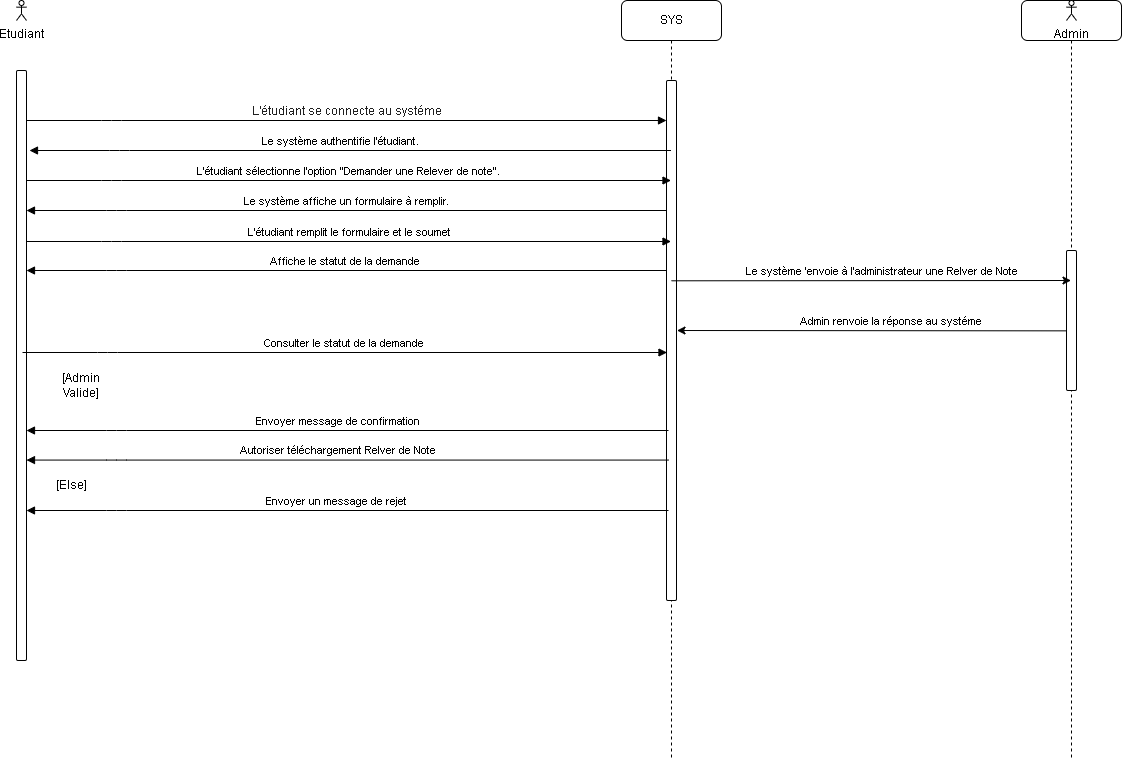
Earlier version of the draw.io export RelverDeNote.drawio.png (elm-dak/uml-gestion-scolaire). Source tidied: cells renumbered, new cells last; positions are measured from the earlier drawing's top-left corner, leaving out a move shared by most shapes.
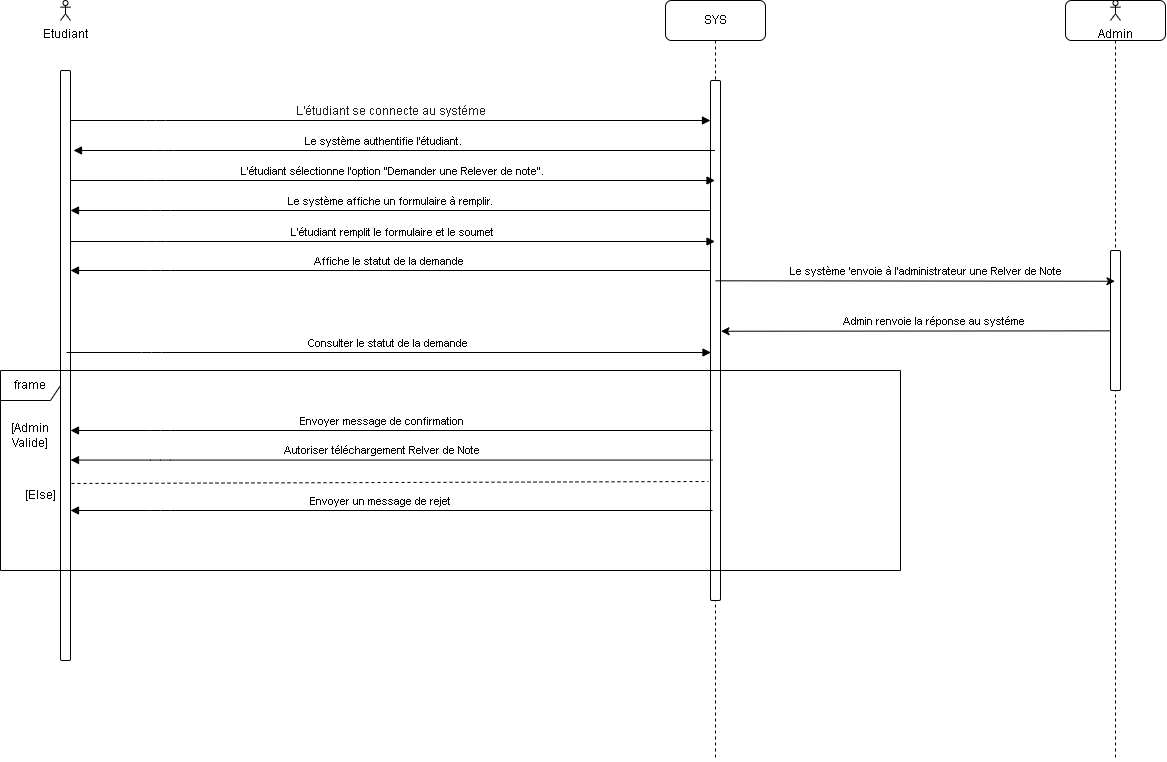
The same diagram one commit later.

What changed in the source:
```diff
@@ -91,7 +91,7 @@
       </mxGeometry>
     </mxCell>
     <mxCell id="19" value="[Admin Valide]" style="text;html=1;strokeColor=none;fillColor=none;align=center;verticalAlign=middle;whiteSpace=wrap;rounded=1;labelBackgroundColor=none;" parent="1" vertex="1">
-      <mxGeometry x="35" y="370" width="60" height="30" as="geometry" />
+      <mxGeometry x="-60" y="420" width="60" height="30" as="geometry" />
     </mxCell>
     <mxCell id="20" style="html=1;verticalAlign=bottom;endArrow=block;edgeStyle=elbowEdgeStyle;elbow=vertical;curved=0;rounded=1;labelBackgroundColor=none;fontColor=default;" parent="1" edge="1">
       <mxGeometry relative="1" as="geometry">
@@ -122,7 +122,7 @@
       </mxGeometry>
     </mxCell>
     <mxCell id="24" value="[Else]" style="text;html=1;strokeColor=none;fillColor=none;align=center;verticalAlign=middle;whiteSpace=wrap;rounded=1;labelBackgroundColor=none;" parent="1" vertex="1">
-      <mxGeometry x="25" y="470" width="60" height="30" as="geometry" />
+      <mxGeometry x="-50" y="480" width="60" height="30" as="geometry" />
     </mxCell>
     <mxCell id="25" style="html=1;verticalAlign=bottom;endArrow=block;edgeStyle=elbowEdgeStyle;elbow=vertical;curved=0;rounded=1;labelBackgroundColor=none;fontColor=default;" parent="1" edge="1">
       <mxGeometry relative="1" as="geometry">
@@ -156,5 +156,14 @@
         </Array>
       </mxGeometry>
     </mxCell>
+    <mxCell id="29" value="frame" style="shape=umlFrame;whiteSpace=wrap;html=1;" parent="1" vertex="1">
+      <mxGeometry x="-60" y="370" width="900" height="200" as="geometry" />
+    </mxCell>
+    <mxCell id="30" style="endArrow=none;dashed=1;html=1;rounded=0;" parent="1" edge="1">
+      <mxGeometry relative="1" as="geometry">
+        <mxPoint x="11" y="483" as="sourcePoint" />
+        <mxPoint x="648" y="481" as="targetPoint" />
+      </mxGeometry>
+    </mxCell>
   </root>
 </mxGraphModel>
```
